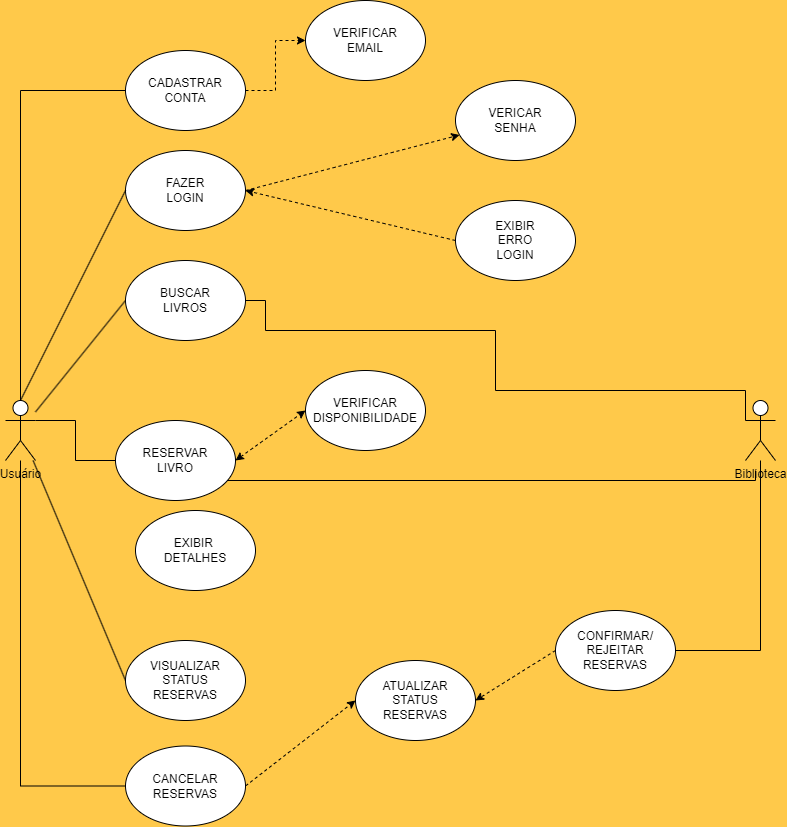
The draw.io diagram Caso-de-uso-ESII.drawio.png in Gabriel-Paulino-Alves/diagrama-caso-de-uso-biblioteca, before a commit. Source tidied: cells renumbered, new cells last; positions are measured from the earlier drawing's top-left corner, leaving out a move shared by most shapes.
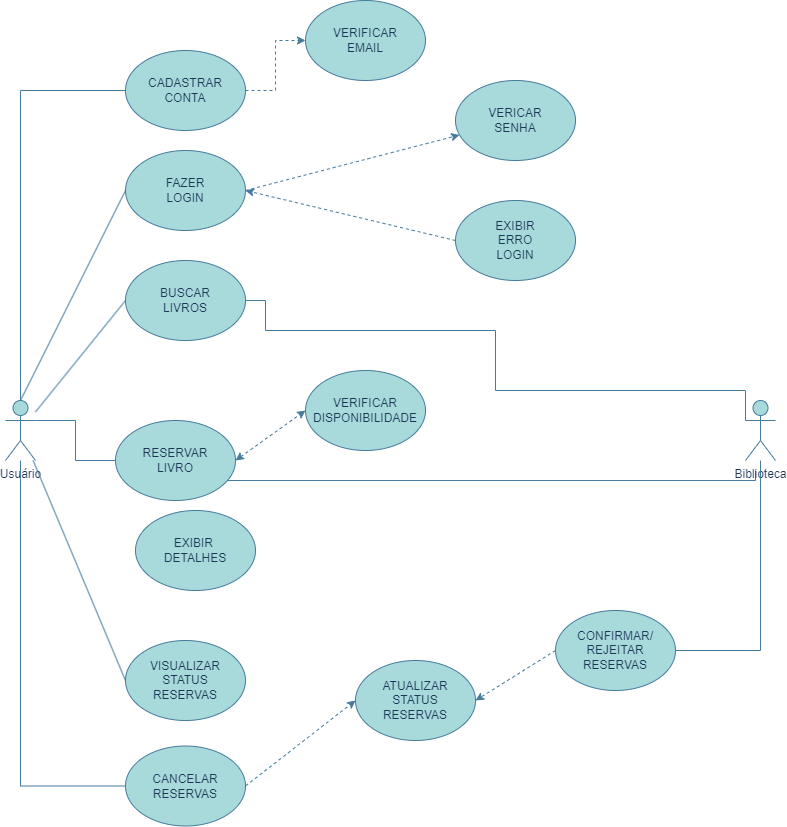
Later version of the same file.

What changed in the source:
```diff
@@ -1,32 +1,32 @@
-<mxGraphModel background="#FFC94A">
+<mxGraphModel>
   <root>
     <mxCell id="0" />
     <mxCell id="1" parent="0" />
-    <mxCell id="2" value="Usuário&lt;div&gt;&lt;br&gt;&lt;/div&gt;" style="shape=umlActor;verticalLabelPosition=bottom;verticalAlign=top;html=1;outlineConnect=0;" parent="1" vertex="1">
+    <mxCell id="2" value="Usuário&lt;div&gt;&lt;br&gt;&lt;/div&gt;" style="shape=umlActor;verticalLabelPosition=bottom;verticalAlign=top;html=1;outlineConnect=0;labelBackgroundColor=none;fillColor=#A8DADC;strokeColor=#457B9D;fontColor=#1D3557;" parent="1" vertex="1">
       <mxGeometry y="400" width="30" height="60" as="geometry" />
     </mxCell>
-    <mxCell id="3" style="edgeStyle=orthogonalEdgeStyle;rounded=0;jettySize=auto;html=1;exitX=0;exitY=0.5;exitDx=0;exitDy=0;endArrow=none;endFill=0;" parent="1" edge="1" source="5" target="2">
+    <mxCell id="3" style="edgeStyle=orthogonalEdgeStyle;rounded=0;jettySize=auto;html=1;exitX=0;exitY=0.5;exitDx=0;exitDy=0;endArrow=none;endFill=0;labelBackgroundColor=none;strokeColor=#457B9D;fontColor=default;" parent="1" edge="1" source="5" target="2">
       <mxGeometry relative="1" as="geometry" />
     </mxCell>
-    <mxCell id="4" style="edgeStyle=orthogonalEdgeStyle;rounded=0;jettySize=auto;html=1;exitX=1;exitY=0.5;exitDx=0;exitDy=0;dashed=1;" parent="1" edge="1" source="5" target="21">
+    <mxCell id="4" style="edgeStyle=orthogonalEdgeStyle;rounded=0;jettySize=auto;html=1;exitX=1;exitY=0.5;exitDx=0;exitDy=0;dashed=1;labelBackgroundColor=none;strokeColor=#457B9D;fontColor=default;" parent="1" edge="1" source="5" target="21">
       <mxGeometry relative="1" as="geometry" />
     </mxCell>
-    <mxCell id="5" value="CADASTRAR&lt;div&gt;CONTA&lt;/div&gt;" style="ellipse;whiteSpace=wrap;html=1;" parent="1" vertex="1">
+    <mxCell id="5" value="CADASTRAR&lt;div&gt;CONTA&lt;/div&gt;" style="ellipse;whiteSpace=wrap;html=1;labelBackgroundColor=none;fillColor=#A8DADC;strokeColor=#457B9D;fontColor=#1D3557;" parent="1" vertex="1">
       <mxGeometry x="120" y="50" width="120" height="80" as="geometry" />
     </mxCell>
-    <mxCell id="6" style="rounded=0;jettySize=auto;html=1;exitX=1;exitY=0.5;exitDx=0;exitDy=0;dashed=1;" parent="1" edge="1" source="7" target="22">
+    <mxCell id="6" style="rounded=0;jettySize=auto;html=1;exitX=1;exitY=0.5;exitDx=0;exitDy=0;dashed=1;labelBackgroundColor=none;strokeColor=#457B9D;fontColor=default;" parent="1" edge="1" source="7" target="22">
       <mxGeometry relative="1" as="geometry" />
     </mxCell>
-    <mxCell id="7" value="FAZER&lt;div&gt;LOGIN&lt;/div&gt;" style="ellipse;whiteSpace=wrap;html=1;" parent="1" vertex="1">
+    <mxCell id="7" value="FAZER&lt;div&gt;LOGIN&lt;/div&gt;" style="ellipse;whiteSpace=wrap;html=1;labelBackgroundColor=none;fillColor=#A8DADC;strokeColor=#457B9D;fontColor=#1D3557;" parent="1" vertex="1">
       <mxGeometry x="120" y="150" width="120" height="80" as="geometry" />
     </mxCell>
-    <mxCell id="8" style="rounded=0;jettySize=auto;html=1;exitX=0;exitY=0.5;exitDx=0;exitDy=0;endArrow=none;endFill=0;" parent="1" edge="1" source="9" target="2">
+    <mxCell id="8" style="rounded=0;jettySize=auto;html=1;exitX=0;exitY=0.5;exitDx=0;exitDy=0;endArrow=none;endFill=0;labelBackgroundColor=none;strokeColor=#457B9D;fontColor=default;" parent="1" edge="1" source="9" target="2">
       <mxGeometry relative="1" as="geometry" />
     </mxCell>
-    <mxCell id="9" value="BUSCAR&lt;div&gt;LIVROS&lt;/div&gt;" style="ellipse;whiteSpace=wrap;html=1;" parent="1" vertex="1">
+    <mxCell id="9" value="BUSCAR&lt;div&gt;LIVROS&lt;/div&gt;" style="ellipse;whiteSpace=wrap;html=1;labelBackgroundColor=none;fillColor=#A8DADC;strokeColor=#457B9D;fontColor=#1D3557;" parent="1" vertex="1">
       <mxGeometry x="120" y="260" width="120" height="80" as="geometry" />
     </mxCell>
-    <mxCell id="10" style="edgeStyle=orthogonalEdgeStyle;rounded=0;jettySize=auto;html=1;exitX=1;exitY=1;exitDx=0;exitDy=0;endArrow=none;endFill=0;" parent="1" edge="1" source="12">
+    <mxCell id="10" style="edgeStyle=orthogonalEdgeStyle;rounded=0;jettySize=auto;html=1;exitX=1;exitY=1;exitDx=0;exitDy=0;endArrow=none;endFill=0;labelBackgroundColor=none;strokeColor=#457B9D;fontColor=default;" parent="1" edge="1" source="12">
       <mxGeometry relative="1" as="geometry">
         <mxPoint x="750" y="470" as="targetPoint" />
         <Array as="points">
@@ -35,55 +35,55 @@
         </Array>
       </mxGeometry>
     </mxCell>
-    <mxCell id="11" style="rounded=0;jettySize=auto;html=1;exitX=1;exitY=0.5;exitDx=0;exitDy=0;entryX=0;entryY=0.5;entryDx=0;entryDy=0;startArrow=classic;startFill=1;dashed=1;" parent="1" edge="1" source="12" target="26">
+    <mxCell id="11" style="rounded=0;jettySize=auto;html=1;exitX=1;exitY=0.5;exitDx=0;exitDy=0;entryX=0;entryY=0.5;entryDx=0;entryDy=0;startArrow=classic;startFill=1;dashed=1;labelBackgroundColor=none;strokeColor=#457B9D;fontColor=default;" parent="1" edge="1" source="12" target="26">
       <mxGeometry relative="1" as="geometry" />
     </mxCell>
-    <mxCell id="12" value="RESERVAR&lt;div&gt;LIVRO&lt;/div&gt;" style="ellipse;whiteSpace=wrap;html=1;" parent="1" vertex="1">
+    <mxCell id="12" value="RESERVAR&lt;div&gt;LIVRO&lt;/div&gt;" style="ellipse;whiteSpace=wrap;html=1;labelBackgroundColor=none;fillColor=#A8DADC;strokeColor=#457B9D;fontColor=#1D3557;" parent="1" vertex="1">
       <mxGeometry x="110" y="420" width="120" height="80" as="geometry" />
     </mxCell>
-    <mxCell id="13" value="EXIBIR&amp;nbsp;&lt;div&gt;DETALHES&lt;/div&gt;" style="ellipse;whiteSpace=wrap;html=1;" parent="1" vertex="1">
+    <mxCell id="13" value="EXIBIR&amp;nbsp;&lt;div&gt;DETALHES&lt;/div&gt;" style="ellipse;whiteSpace=wrap;html=1;labelBackgroundColor=none;fillColor=#A8DADC;strokeColor=#457B9D;fontColor=#1D3557;" parent="1" vertex="1">
       <mxGeometry x="130" y="510" width="120" height="80" as="geometry" />
     </mxCell>
-    <mxCell id="14" style="rounded=0;jettySize=auto;html=1;exitX=0;exitY=0.5;exitDx=0;exitDy=0;endArrow=none;endFill=0;" parent="1" edge="1" source="15" target="2">
+    <mxCell id="14" style="rounded=0;jettySize=auto;html=1;exitX=0;exitY=0.5;exitDx=0;exitDy=0;endArrow=none;endFill=0;labelBackgroundColor=none;strokeColor=#457B9D;fontColor=default;" parent="1" edge="1" source="15" target="2">
       <mxGeometry relative="1" as="geometry" />
     </mxCell>
-    <mxCell id="15" value="VISUALIZAR&lt;div&gt;STATUS&lt;/div&gt;&lt;div&gt;RESERVAS&lt;/div&gt;" style="ellipse;whiteSpace=wrap;html=1;" parent="1" vertex="1">
+    <mxCell id="15" value="VISUALIZAR&lt;div&gt;STATUS&lt;/div&gt;&lt;div&gt;RESERVAS&lt;/div&gt;" style="ellipse;whiteSpace=wrap;html=1;labelBackgroundColor=none;fillColor=#A8DADC;strokeColor=#457B9D;fontColor=#1D3557;" parent="1" vertex="1">
       <mxGeometry x="120" y="640" width="120" height="80" as="geometry" />
     </mxCell>
-    <mxCell id="16" style="edgeStyle=orthogonalEdgeStyle;rounded=0;jettySize=auto;html=1;exitX=0;exitY=0.5;exitDx=0;exitDy=0;endArrow=none;endFill=0;" parent="1" edge="1" source="18" target="2">
+    <mxCell id="16" style="edgeStyle=orthogonalEdgeStyle;rounded=0;jettySize=auto;html=1;exitX=0;exitY=0.5;exitDx=0;exitDy=0;endArrow=none;endFill=0;labelBackgroundColor=none;strokeColor=#457B9D;fontColor=default;" parent="1" edge="1" source="18" target="2">
       <mxGeometry relative="1" as="geometry" />
     </mxCell>
-    <mxCell id="17" style="rounded=0;jettySize=auto;html=1;exitX=1;exitY=0.5;exitDx=0;exitDy=0;entryX=0;entryY=0.5;entryDx=0;entryDy=0;dashed=1;" parent="1" edge="1" source="18" target="28">
+    <mxCell id="17" style="rounded=0;jettySize=auto;html=1;exitX=1;exitY=0.5;exitDx=0;exitDy=0;entryX=0;entryY=0.5;entryDx=0;entryDy=0;dashed=1;labelBackgroundColor=none;strokeColor=#457B9D;fontColor=default;" parent="1" edge="1" source="18" target="28">
       <mxGeometry relative="1" as="geometry" />
     </mxCell>
-    <mxCell id="18" value="CANCELAR&lt;div&gt;RESERVAS&lt;/div&gt;" style="ellipse;whiteSpace=wrap;html=1;" parent="1" vertex="1">
+    <mxCell id="18" value="CANCELAR&lt;div&gt;RESERVAS&lt;/div&gt;" style="ellipse;whiteSpace=wrap;html=1;labelBackgroundColor=none;fillColor=#A8DADC;strokeColor=#457B9D;fontColor=#1D3557;" parent="1" vertex="1">
       <mxGeometry x="120" y="745.5" width="120" height="80" as="geometry" />
     </mxCell>
-    <mxCell id="19" style="rounded=0;jettySize=auto;html=1;exitX=0;exitY=0.5;exitDx=0;exitDy=0;entryX=0.5;entryY=0;entryDx=0;entryDy=0;entryPerimeter=0;endArrow=none;endFill=0;" parent="1" edge="1" source="7" target="2">
+    <mxCell id="19" style="rounded=0;jettySize=auto;html=1;exitX=0;exitY=0.5;exitDx=0;exitDy=0;entryX=0.5;entryY=0;entryDx=0;entryDy=0;entryPerimeter=0;endArrow=none;endFill=0;labelBackgroundColor=none;strokeColor=#457B9D;fontColor=default;" parent="1" edge="1" source="7" target="2">
       <mxGeometry relative="1" as="geometry" />
     </mxCell>
-    <mxCell id="20" style="edgeStyle=orthogonalEdgeStyle;rounded=0;jettySize=auto;html=1;exitX=0;exitY=0.5;exitDx=0;exitDy=0;entryX=1;entryY=0.3333333333333333;entryDx=0;entryDy=0;entryPerimeter=0;endArrow=none;endFill=0;" parent="1" edge="1" source="12" target="2">
+    <mxCell id="20" style="edgeStyle=orthogonalEdgeStyle;rounded=0;jettySize=auto;html=1;exitX=0;exitY=0.5;exitDx=0;exitDy=0;entryX=1;entryY=0.3333333333333333;entryDx=0;entryDy=0;entryPerimeter=0;endArrow=none;endFill=0;labelBackgroundColor=none;strokeColor=#457B9D;fontColor=default;" parent="1" edge="1" source="12" target="2">
       <mxGeometry relative="1" as="geometry" />
     </mxCell>
-    <mxCell id="21" value="VERIFICAR&lt;div&gt;EMAIL&lt;/div&gt;" style="ellipse;whiteSpace=wrap;html=1;" parent="1" vertex="1">
+    <mxCell id="21" value="VERIFICAR&lt;div&gt;EMAIL&lt;/div&gt;" style="ellipse;whiteSpace=wrap;html=1;labelBackgroundColor=none;fillColor=#A8DADC;strokeColor=#457B9D;fontColor=#1D3557;" parent="1" vertex="1">
       <mxGeometry x="300" width="120" height="80" as="geometry" />
     </mxCell>
-    <mxCell id="22" value="VERICAR&lt;div&gt;SENHA&lt;/div&gt;" style="ellipse;whiteSpace=wrap;html=1;" parent="1" vertex="1">
+    <mxCell id="22" value="VERICAR&lt;div&gt;SENHA&lt;/div&gt;" style="ellipse;whiteSpace=wrap;html=1;labelBackgroundColor=none;fillColor=#A8DADC;strokeColor=#457B9D;fontColor=#1D3557;" parent="1" vertex="1">
       <mxGeometry x="450" y="80" width="120" height="80" as="geometry" />
     </mxCell>
-    <mxCell id="23" style="rounded=0;jettySize=auto;html=1;exitX=0;exitY=0.5;exitDx=0;exitDy=0;entryX=1;entryY=0.5;entryDx=0;entryDy=0;dashed=1;" parent="1" edge="1" source="24" target="7">
+    <mxCell id="23" style="rounded=0;jettySize=auto;html=1;exitX=0;exitY=0.5;exitDx=0;exitDy=0;entryX=1;entryY=0.5;entryDx=0;entryDy=0;dashed=1;labelBackgroundColor=none;strokeColor=#457B9D;fontColor=default;" parent="1" edge="1" source="24" target="7">
       <mxGeometry relative="1" as="geometry" />
     </mxCell>
-    <mxCell id="24" value="EXIBIR&lt;div&gt;ERRO&lt;/div&gt;&lt;div&gt;LOGIN&lt;/div&gt;" style="ellipse;whiteSpace=wrap;html=1;" parent="1" vertex="1">
+    <mxCell id="24" value="EXIBIR&lt;div&gt;ERRO&lt;/div&gt;&lt;div&gt;LOGIN&lt;/div&gt;" style="ellipse;whiteSpace=wrap;html=1;labelBackgroundColor=none;fillColor=#A8DADC;strokeColor=#457B9D;fontColor=#1D3557;" parent="1" vertex="1">
       <mxGeometry x="450" y="200" width="120" height="80" as="geometry" />
     </mxCell>
-    <mxCell id="25" value="Biblioteca&lt;div&gt;&lt;br&gt;&lt;/div&gt;" style="shape=umlActor;verticalLabelPosition=bottom;verticalAlign=top;html=1;outlineConnect=0;" parent="1" vertex="1">
+    <mxCell id="25" value="Biblioteca&lt;div&gt;&lt;br&gt;&lt;/div&gt;" style="shape=umlActor;verticalLabelPosition=bottom;verticalAlign=top;html=1;outlineConnect=0;labelBackgroundColor=none;fillColor=#A8DADC;strokeColor=#457B9D;fontColor=#1D3557;" parent="1" vertex="1">
       <mxGeometry x="740" y="400" width="30" height="60" as="geometry" />
     </mxCell>
-    <mxCell id="26" value="VERIFICAR&lt;div&gt;DISPONIBILIDADE&lt;/div&gt;" style="ellipse;whiteSpace=wrap;html=1;" parent="1" vertex="1">
+    <mxCell id="26" value="VERIFICAR&lt;div&gt;DISPONIBILIDADE&lt;/div&gt;" style="ellipse;whiteSpace=wrap;html=1;labelBackgroundColor=none;fillColor=#A8DADC;strokeColor=#457B9D;fontColor=#1D3557;" parent="1" vertex="1">
       <mxGeometry x="300" y="370" width="120" height="80" as="geometry" />
     </mxCell>
-    <mxCell id="27" style="edgeStyle=orthogonalEdgeStyle;rounded=0;jettySize=auto;html=1;exitX=1;exitY=0.5;exitDx=0;exitDy=0;entryX=0;entryY=0.3333333333333333;entryDx=0;entryDy=0;entryPerimeter=0;endArrow=none;endFill=0;" parent="1" edge="1" source="9" target="25">
+    <mxCell id="27" style="edgeStyle=orthogonalEdgeStyle;rounded=0;jettySize=auto;html=1;exitX=1;exitY=0.5;exitDx=0;exitDy=0;entryX=0;entryY=0.3333333333333333;entryDx=0;entryDy=0;entryPerimeter=0;endArrow=none;endFill=0;labelBackgroundColor=none;strokeColor=#457B9D;fontColor=default;" parent="1" edge="1" source="9" target="25">
       <mxGeometry relative="1" as="geometry">
         <Array as="points">
           <mxPoint x="260" y="300" />
@@ -94,16 +94,16 @@
         </Array>
       </mxGeometry>
     </mxCell>
-    <mxCell id="28" value="ATUALIZAR&lt;div&gt;STATUS&lt;/div&gt;&lt;div&gt;RESERVAS&lt;/div&gt;" style="ellipse;whiteSpace=wrap;html=1;" parent="1" vertex="1">
+    <mxCell id="28" value="ATUALIZAR&lt;div&gt;STATUS&lt;/div&gt;&lt;div&gt;RESERVAS&lt;/div&gt;" style="ellipse;whiteSpace=wrap;html=1;labelBackgroundColor=none;fillColor=#A8DADC;strokeColor=#457B9D;fontColor=#1D3557;" parent="1" vertex="1">
       <mxGeometry x="350" y="660" width="120" height="80" as="geometry" />
     </mxCell>
-    <mxCell id="29" style="edgeStyle=orthogonalEdgeStyle;rounded=0;jettySize=auto;html=1;endArrow=none;endFill=0;" parent="1" edge="1" source="31" target="25">
+    <mxCell id="29" style="edgeStyle=orthogonalEdgeStyle;rounded=0;jettySize=auto;html=1;endArrow=none;endFill=0;labelBackgroundColor=none;strokeColor=#457B9D;fontColor=default;" parent="1" edge="1" source="31" target="25">
       <mxGeometry relative="1" as="geometry" />
     </mxCell>
-    <mxCell id="30" style="rounded=0;jettySize=auto;html=1;exitX=0;exitY=0.5;exitDx=0;exitDy=0;entryX=1;entryY=0.5;entryDx=0;entryDy=0;dashed=1;" parent="1" edge="1" source="31" target="28">
+    <mxCell id="30" style="rounded=0;jettySize=auto;html=1;exitX=0;exitY=0.5;exitDx=0;exitDy=0;entryX=1;entryY=0.5;entryDx=0;entryDy=0;dashed=1;labelBackgroundColor=none;strokeColor=#457B9D;fontColor=default;" parent="1" edge="1" source="31" target="28">
       <mxGeometry relative="1" as="geometry" />
     </mxCell>
-    <mxCell id="31" value="CONFIRMAR/&lt;div&gt;REJEITAR&lt;/div&gt;&lt;div&gt;RESERVAS&lt;/div&gt;" style="ellipse;whiteSpace=wrap;html=1;" parent="1" vertex="1">
+    <mxCell id="31" value="CONFIRMAR/&lt;div&gt;REJEITAR&lt;/div&gt;&lt;div&gt;RESERVAS&lt;/div&gt;" style="ellipse;whiteSpace=wrap;html=1;labelBackgroundColor=none;fillColor=#A8DADC;strokeColor=#457B9D;fontColor=#1D3557;" parent="1" vertex="1">
       <mxGeometry x="550" y="610" width="120" height="80" as="geometry" />
     </mxCell>
   </root>
```
